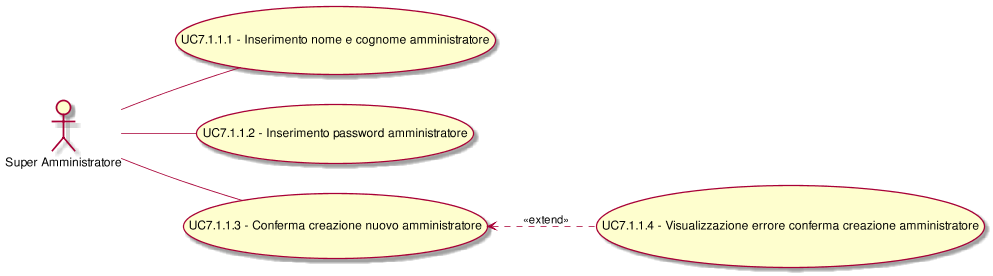
Earlier version of the PlantUML export RR/Esterni/AnalisiDeiRequisiti/images/UseCaseUC711.png (CoCodeSWE/Docs).
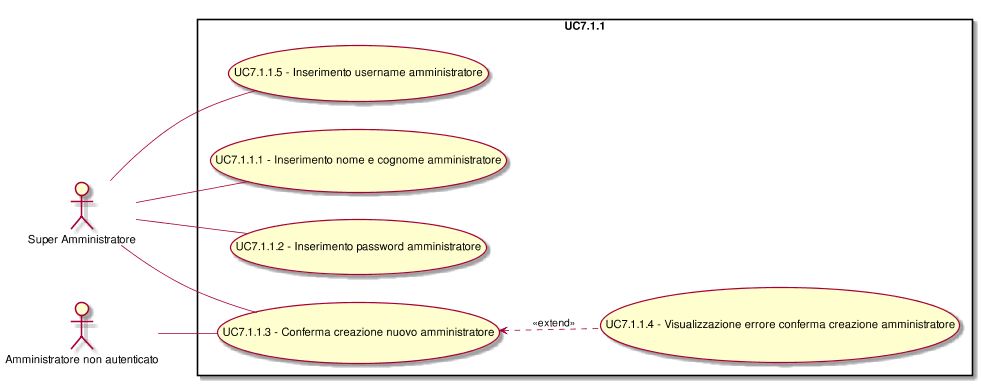
Later version of the same file.

The edit, as a diff of the source:
```diff
@@ -1,6 +1,10 @@
 @startuml
 scale 1000*1000
 left to right direction
+skinparam packageStyle rect
+:Super Amministratore:
+:Amministratore non autenticato:
+rectangle UC7.1.1{
 (UC7.1.1.3) <.. (UC7.1.1.4): <<extend>>
 ( UC7.1.1.1 - Inserimento nome e cognome amministratore ) as (UC7.1.1.1)
 :Super Amministratore:--(UC7.1.1.1)
@@ -8,5 +12,11 @@
 :Super Amministratore:--(UC7.1.1.2)
 ( UC7.1.1.3 - Conferma creazione nuovo amministratore ) as (UC7.1.1.3)
 :Super Amministratore:--(UC7.1.1.3)
+( UC7.1.1.3 - Conferma creazione nuovo amministratore ) as (UC7.1.1.3)
+:Amministratore non autenticato:--(UC7.1.1.3)
 ( UC7.1.1.4 - Visualizzazione errore conferma creazione amministratore ) as (UC7.1.1.4)
+( UC7.1.1.4 - Visualizzazione errore conferma creazione amministratore ) as (UC7.1.1.4)
+( UC7.1.1.5 - Inserimento username amministratore ) as (UC7.1.1.5)
+:Super Amministratore:--(UC7.1.1.5)
+}
 @enduml
```
